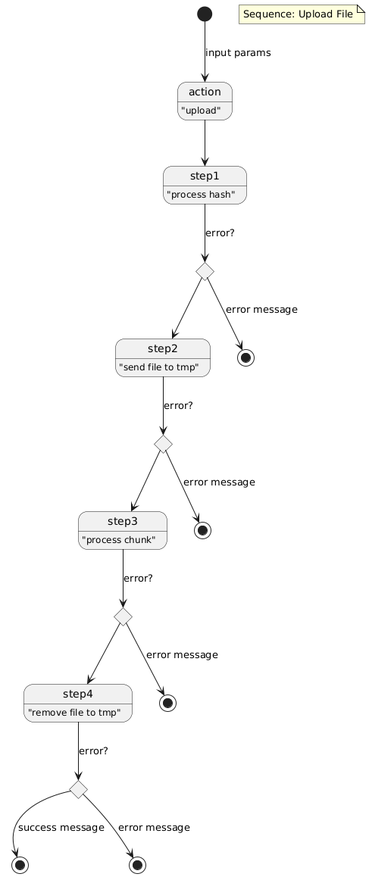
The PlantUML diagram out_application/doc/state-action-upload.png in psaraiva/lab-go-chunk, before a commit. Source of this version:
```plantuml
@startuml
state action : "upload"
state "step1" as s1: "process hash"
note "Sequence: Upload File" as n1
state "step2" as s2: "send file to tmp"
state "step3" as s3: "process chunk"
state "step4" as s4: "remove file to tmp"
state "end" as e0 <<end>>
state "end" as e1 <<end>>
state "end" as e2 <<end>>
state "end" as e3 <<end>>
state "end" as e4 <<end>>
state "choice" as c1 <<choice>>
state "choice" as c2 <<choice>>
state "choice" as c3 <<choice>>
state "choice" as c4 <<choice>>

[*] --> action : input params
action --> s1
s1 --> c1 : error?
c1 --> e1: error message
c1 --> s2

s2 --> c2 : error?
c2 --> e2: error message
c2 --> s3

s3 --> c3 : error?
c3 --> e3: error message
c3 --> s4

s4 --> c4 : error?
c4 --> e4: error message
c4 --> e0: success message
@enduml
```
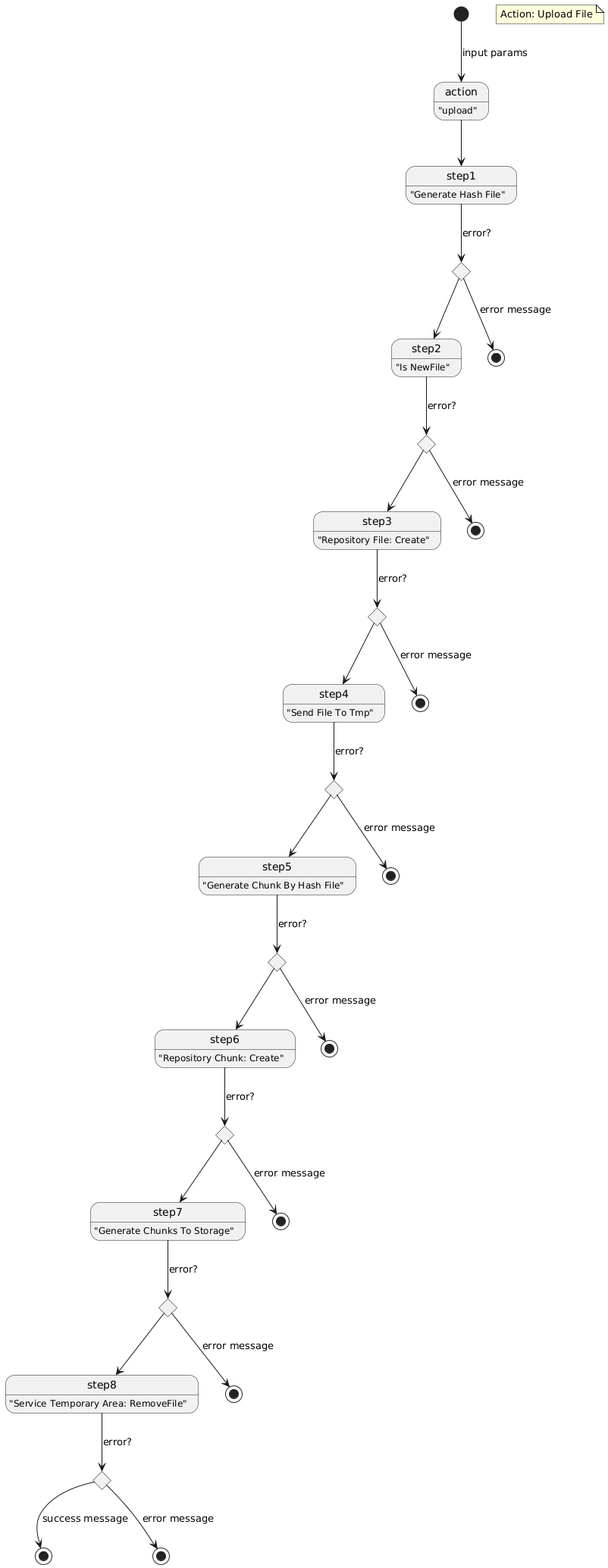
After the commit.

Change to the diagram source:
```diff
@@ -1,19 +1,31 @@
 @startuml
 state action : "upload"
-state "step1" as s1: "process hash"
-note "Sequence: Upload File" as n1
-state "step2" as s2: "send file to tmp"
-state "step3" as s3: "process chunk"
-state "step4" as s4: "remove file to tmp"
+state "step1" as s1: "Generate Hash File"
+note "Action: Upload File" as n1
+state "step2" as s2: "Is NewFile"
+state "step3" as s3: "Repository File: Create"
+state "step4" as s4: "Send File To Tmp"
+state "step5" as s5: "Generate Chunk By Hash File"
+state "step6" as s6: "Repository Chunk: Create"
+state "step7" as s7: "Generate Chunks To Storage"
+state "step8" as s8: "Service Temporary Area: RemoveFile"
 state "end" as e0 <<end>>
 state "end" as e1 <<end>>
 state "end" as e2 <<end>>
 state "end" as e3 <<end>>
 state "end" as e4 <<end>>
+state "end" as e5 <<end>>
+state "end" as e6 <<end>>
+state "end" as e7 <<end>>
+state "end" as e8 <<end>>
 state "choice" as c1 <<choice>>
 state "choice" as c2 <<choice>>
 state "choice" as c3 <<choice>>
 state "choice" as c4 <<choice>>
+state "choice" as c5 <<choice>>
+state "choice" as c6 <<choice>>
+state "choice" as c7 <<choice>>
+state "choice" as c8 <<choice>>
 
 [*] --> action : input params
 action --> s1
@@ -31,5 +43,22 @@
 
 s4 --> c4 : error?
 c4 --> e4: error message
-c4 --> e0: success message
+c4 --> s5
+
+s5 --> c5 : error?
+c5 --> e5: error message
+c5 --> s6
+
+s6 --> c6 : error?
+c6 --> e6: error message
+c6 --> s7
+
+s7 --> c7 : error?
+c7 --> e7: error message
+c7 --> s8
+
+s8 --> c8 : error?
+c8 --> e8: error message
+c8 --> e0: success message
+
 @enduml
```
